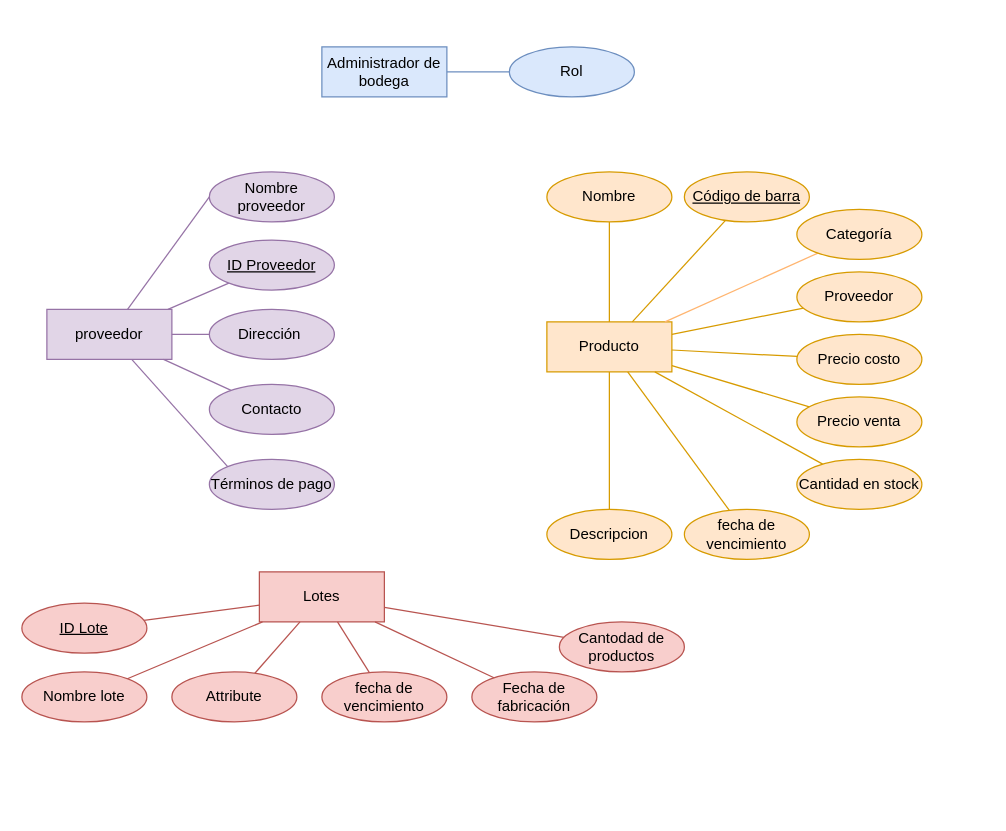
JotaMont/Evaluacion-2-Front-End keeps this draw.io diagram as Diagrama sin título.drawio. Above is the earlier version. Source tidied: cells renumbered, new cells numbered last; positions are measured from the earlier drawing's top-left corner, leaving out a move shared by most shapes. Both pictures are drawn from the tidied source at 125%, with x=0, y=0 at pixel (21, 46).
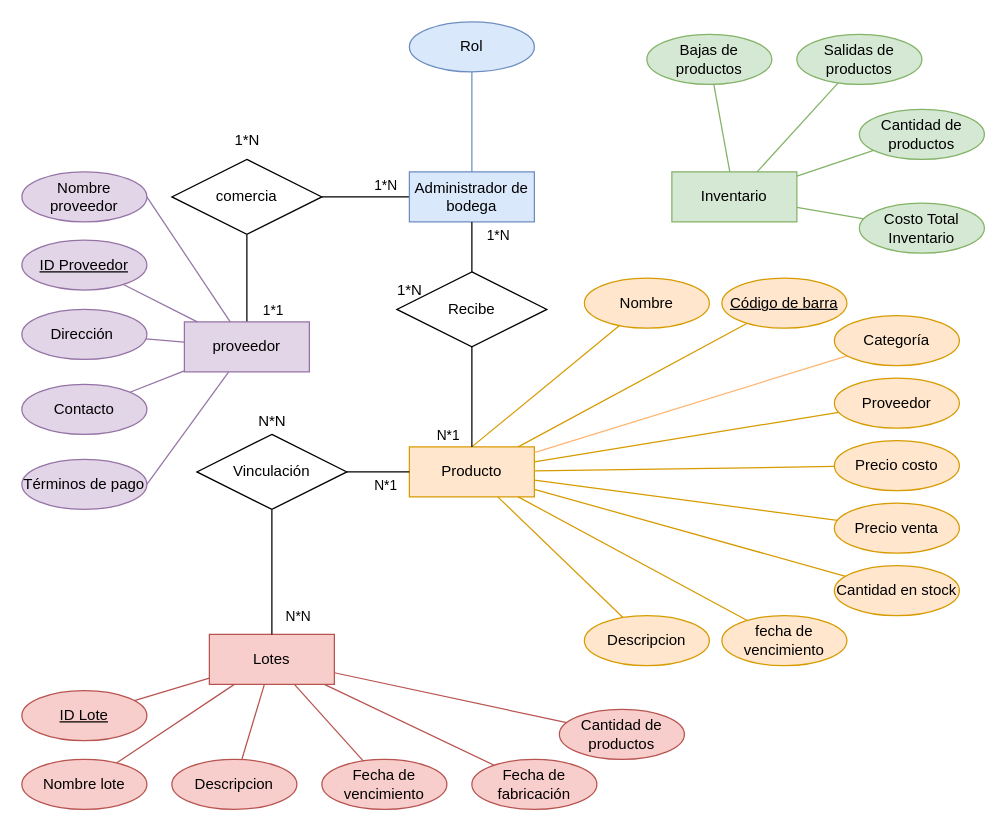
Above is the later version.

Change to the diagram source:
```diff
@@
+    <mxCell id="48" style="edgeStyle=orthogonalEdgeStyle;rounded=0;jettySize=auto;html=1;endArrow=none;endFill=0;labelPosition=right;verticalLabelPosition=top;align=left;verticalAlign=bottom;" parent="1" edge="1" source="2" target="52">
+      <mxGeometry relative="1" as="geometry" />
+    </mxCell>
+    <mxCell id="49" value="1*N" style="edgeLabel;html=1;align=center;verticalAlign=middle;" parent="48" vertex="1">
+      <mxGeometry x="-0.43" y="3" relative="1" as="geometry">
+        <mxPoint y="-13" as="offset" />
+      </mxGeometry>
+    </mxCell>
     <mxCell id="2" value="Administrador de bodega" style="whiteSpace=wrap;html=1;align=center;fillColor=#dae8fc;strokeColor=#6c8ebf;" parent="1" vertex="1">
-      <mxGeometry x="240" width="100" height="40" as="geometry" />
+      <mxGeometry x="310" y="100" width="100" height="40" as="geometry" />
     </mxCell>
+    <mxCell id="50" style="rounded=0;jettySize=auto;html=1;endArrow=none;endFill=0;labelPosition=left;verticalLabelPosition=top;align=right;verticalAlign=bottom;" parent="1" edge="1" source="3" target="52">
+      <mxGeometry relative="1" as="geometry" />
+    </mxCell>
+    <mxCell id="51" value="1*1" style="edgeLabel;html=1;align=center;verticalAlign=middle;" parent="50" vertex="1">
+      <mxGeometry x="-0.49" y="2" relative="1" as="geometry">
+        <mxPoint x="22" y="8" as="offset" />
+      </mxGeometry>
+    </mxCell>
     <mxCell id="3" value="proveedor" style="whiteSpace=wrap;html=1;align=center;fillColor=#e1d5e7;strokeColor=#9673a6;" parent="1" vertex="1">
-      <mxGeometry x="20" y="210" width="100" height="40" as="geometry" />
+      <mxGeometry x="130" y="220" width="100" height="40" as="geometry" />
     </mxCell>
     <mxCell id="4" value="Producto" style="whiteSpace=wrap;html=1;align=center;fillColor=#ffe6cc;strokeColor=#d79b00;" parent="1" vertex="1">
-      <mxGeometry x="420" y="220" width="100" height="40" as="geometry" />
+      <mxGeometry x="310" y="320" width="100" height="40" as="geometry" />
     </mxCell>
     <mxCell id="5" value="Lotes" style="whiteSpace=wrap;html=1;align=center;fillColor=#f8cecc;strokeColor=#b85450;" parent="1" vertex="1">
-      <mxGeometry x="190" y="420" width="100" height="40" as="geometry" />
+      <mxGeometry x="150" y="470" width="100" height="40" as="geometry" />
     </mxCell>
@@
     <mxCell id="7" value="Rol" style="ellipse;whiteSpace=wrap;html=1;align=center;fillColor=#dae8fc;strokeColor=#6c8ebf;" parent="1" vertex="1">
-      <mxGeometry x="390" width="100" height="40" as="geometry" />
+      <mxGeometry x="310" y="-20" width="100" height="40" as="geometry" />
     </mxCell>
@@
     <mxCell id="9" value="&lt;span style=&quot;text-align: left;&quot;&gt;Categoría&lt;/span&gt;" style="ellipse;whiteSpace=wrap;html=1;align=center;fillColor=#ffe6cc;strokeColor=#d79b00;" parent="1" vertex="1">
-      <mxGeometry x="620" y="130" width="100" height="40" as="geometry" />
+      <mxGeometry x="650" y="215" width="100" height="40" as="geometry" />
     </mxCell>
-    <mxCell id="10" style="rounded=0;jettySize=auto;html=1;endArrow=none;endFill=0;fillColor=#ffe6cc;strokeColor=#d79b00;" parent="1" edge="1" source="11" target="4">
+    <mxCell id="10" style="rounded=0;jettySize=auto;html=1;endArrow=none;endFill=0;fillColor=#ffe6cc;strokeColor=#d79b00;entryX=0.5;entryY=0;entryDx=0;entryDy=0;" parent="1" edge="1" source="11" target="4">
       <mxGeometry relative="1" as="geometry" />
     </mxCell>
     <mxCell id="11" value="Nombre" style="ellipse;whiteSpace=wrap;html=1;align=center;fillColor=#ffe6cc;strokeColor=#d79b00;" parent="1" vertex="1">
-      <mxGeometry x="420" y="100" width="100" height="40" as="geometry" />
+      <mxGeometry x="450" y="185" width="100" height="40" as="geometry" />
     </mxCell>
@@
     <mxCell id="13" value="Código de barra" style="ellipse;whiteSpace=wrap;html=1;align=center;fontStyle=4;fillColor=#ffe6cc;strokeColor=#d79b00;" parent="1" vertex="1">
-      <mxGeometry x="530" y="100" width="100" height="40" as="geometry" />
+      <mxGeometry x="560" y="185" width="100" height="40" as="geometry" />
     </mxCell>
@@
     <mxCell id="15" value="Proveedor" style="ellipse;whiteSpace=wrap;html=1;align=center;fillColor=#ffe6cc;strokeColor=#d79b00;" parent="1" vertex="1">
-      <mxGeometry x="620" y="180" width="100" height="40" as="geometry" />
+      <mxGeometry x="650" y="265" width="100" height="40" as="geometry" />
     </mxCell>
@@
     <mxCell id="17" value="Precio costo" style="ellipse;whiteSpace=wrap;html=1;align=center;fillColor=#ffe6cc;strokeColor=#d79b00;" parent="1" vertex="1">
-      <mxGeometry x="620" y="230" width="100" height="40" as="geometry" />
+      <mxGeometry x="650" y="315" width="100" height="40" as="geometry" />
     </mxCell>
@@
     <mxCell id="19" value="Precio venta" style="ellipse;whiteSpace=wrap;html=1;align=center;fillColor=#ffe6cc;strokeColor=#d79b00;" parent="1" vertex="1">
-      <mxGeometry x="620" y="280" width="100" height="40" as="geometry" />
+      <mxGeometry x="650" y="365" width="100" height="40" as="geometry" />
     </mxCell>
@@
     <mxCell id="21" value="Cantidad en stock" style="ellipse;whiteSpace=wrap;html=1;align=center;fillColor=#ffe6cc;strokeColor=#d79b00;" parent="1" vertex="1">
-      <mxGeometry x="620" y="330" width="100" height="40" as="geometry" />
+      <mxGeometry x="650" y="415" width="100" height="40" as="geometry" />
     </mxCell>
@@
     <mxCell id="23" value="fecha de vencimiento" style="ellipse;whiteSpace=wrap;html=1;align=center;fillColor=#ffe6cc;strokeColor=#d79b00;" parent="1" vertex="1">
-      <mxGeometry x="530" y="370" width="100" height="40" as="geometry" />
+      <mxGeometry x="560" y="455" width="100" height="40" as="geometry" />
     </mxCell>
-    <mxCell id="24" style="rounded=0;jettySize=auto;html=1;fillColor=#e1d5e7;strokeColor=#9673a6;endArrow=none;endFill=0;exitX=0;exitY=0.5;exitDx=0;exitDy=0;" parent="1" edge="1" source="25" target="3">
+    <mxCell id="24" style="rounded=0;jettySize=auto;html=1;fillColor=#e1d5e7;strokeColor=#9673a6;endArrow=none;endFill=0;exitX=1;exitY=0.5;exitDx=0;exitDy=0;" parent="1" edge="1" source="25" target="3">
       <mxGeometry relative="1" as="geometry" />
     </mxCell>
     <mxCell id="25" value="Nombre proveedor" style="ellipse;whiteSpace=wrap;html=1;align=center;fillColor=#e1d5e7;strokeColor=#9673a6;" parent="1" vertex="1">
-      <mxGeometry x="150" y="100" width="100" height="40" as="geometry" />
+      <mxGeometry y="100" width="100" height="40" as="geometry" />
     </mxCell>
@@
     <mxCell id="27" value="ID Proveedor" style="ellipse;whiteSpace=wrap;html=1;align=center;fontStyle=4;fillColor=#e1d5e7;strokeColor=#9673a6;" parent="1" vertex="1">
-      <mxGeometry x="150" y="154.5" width="100" height="40" as="geometry" />
+      <mxGeometry y="154.5" width="100" height="40" as="geometry" />
     </mxCell>
@@
     <mxCell id="29" value="Dirección&amp;nbsp;" style="ellipse;whiteSpace=wrap;html=1;align=center;fillColor=#e1d5e7;strokeColor=#9673a6;" parent="1" vertex="1">
-      <mxGeometry x="150" y="210" width="100" height="40" as="geometry" />
+      <mxGeometry y="210" width="100" height="40" as="geometry" />
     </mxCell>
@@
     <mxCell id="31" value="Contacto" style="ellipse;whiteSpace=wrap;html=1;align=center;fillColor=#e1d5e7;strokeColor=#9673a6;" parent="1" vertex="1">
-      <mxGeometry x="150" y="270" width="100" height="40" as="geometry" />
+      <mxGeometry y="270" width="100" height="40" as="geometry" />
     </mxCell>
-    <mxCell id="32" style="rounded=0;jettySize=auto;html=1;fillColor=#e1d5e7;strokeColor=#9673a6;endArrow=none;endFill=0;exitX=0;exitY=0;exitDx=0;exitDy=0;" parent="1" edge="1" source="33" target="3">
+    <mxCell id="32" style="rounded=0;jettySize=auto;html=1;fillColor=#e1d5e7;strokeColor=#9673a6;endArrow=none;endFill=0;exitX=1;exitY=0.5;exitDx=0;exitDy=0;" parent="1" edge="1" source="33" target="3">
       <mxGeometry relative="1" as="geometry" />
     </mxCell>
     <mxCell id="33" value="Términos de pago" style="ellipse;whiteSpace=wrap;html=1;align=center;fillColor=#e1d5e7;strokeColor=#9673a6;" parent="1" vertex="1">
-      <mxGeometry x="150" y="330" width="100" height="40" as="geometry" />
+      <mxGeometry y="330" width="100" height="40" as="geometry" />
     </mxCell>
@@
     <mxCell id="35" value="ID Lote" style="ellipse;whiteSpace=wrap;html=1;align=center;fontStyle=4;fillColor=#f8cecc;strokeColor=#b85450;" parent="1" vertex="1">
-      <mxGeometry y="445" width="100" height="40" as="geometry" />
+      <mxGeometry y="515" width="100" height="40" as="geometry" />
     </mxCell>
@@
     <mxCell id="37" value="Nombre lote" style="ellipse;whiteSpace=wrap;html=1;align=center;fillColor=#f8cecc;strokeColor=#b85450;" parent="1" vertex="1">
-      <mxGeometry y="500" width="100" height="40" as="geometry" />
+      <mxGeometry y="570" width="100" height="40" as="geometry" />
     </mxCell>
@@
-    <mxCell id="39" value="Cantodad de productos" style="ellipse;whiteSpace=wrap;html=1;align=center;fillColor=#f8cecc;strokeColor=#b85450;" parent="1" vertex="1">
-      <mxGeometry x="430" y="460" width="100" height="40" as="geometry" />
+    <mxCell id="39" value="Cantidad de productos" style="ellipse;whiteSpace=wrap;html=1;align=center;fillColor=#f8cecc;strokeColor=#b85450;" parent="1" vertex="1">
+      <mxGeometry x="430" y="530" width="100" height="40" as="geometry" />
     </mxCell>
@@
     <mxCell id="41" value="Fecha de fabricación" style="ellipse;whiteSpace=wrap;html=1;align=center;fillColor=#f8cecc;strokeColor=#b85450;" parent="1" vertex="1">
-      <mxGeometry x="360" y="500" width="100" height="40" as="geometry" />
+      <mxGeometry x="360" y="570" width="100" height="40" as="geometry" />
     </mxCell>
@@
-    <mxCell id="43" value="fecha de vencimiento" style="ellipse;whiteSpace=wrap;html=1;align=center;fillColor=#f8cecc;strokeColor=#b85450;" parent="1" vertex="1">
-      <mxGeometry x="240" y="500" width="100" height="40" as="geometry" />
+    <mxCell id="43" value="Fecha de vencimiento" style="ellipse;whiteSpace=wrap;html=1;align=center;fillColor=#f8cecc;strokeColor=#b85450;" parent="1" vertex="1">
+      <mxGeometry x="240" y="570" width="100" height="40" as="geometry" />
     </mxCell>
@@
-    <mxCell id="45" value="Attribute" style="ellipse;whiteSpace=wrap;html=1;align=center;fillColor=#f8cecc;strokeColor=#b85450;" parent="1" vertex="1">
-      <mxGeometry x="120" y="500" width="100" height="40" as="geometry" />
+    <mxCell id="45" value="Descripcion" style="ellipse;whiteSpace=wrap;html=1;align=center;fillColor=#f8cecc;strokeColor=#b85450;" parent="1" vertex="1">
+      <mxGeometry x="120" y="570" width="100" height="40" as="geometry" />
     </mxCell>
@@
     <mxCell id="47" value="Descripcion" style="ellipse;whiteSpace=wrap;html=1;align=center;fillColor=#ffe6cc;strokeColor=#d79b00;" parent="1" vertex="1">
-      <mxGeometry x="420" y="370" width="100" height="40" as="geometry" />
+      <mxGeometry x="450" y="455" width="100" height="40" as="geometry" />
     </mxCell>
+    <mxCell id="52" value="&lt;div&gt;comercia&lt;/div&gt;" style="shape=rhombus;perimeter=rhombusPerimeter;whiteSpace=wrap;html=1;align=center;" parent="1" vertex="1">
+      <mxGeometry x="120" y="90" width="120" height="60" as="geometry" />
+    </mxCell>
+    <mxCell id="53" value="1*N" style="text;html=1;align=center;verticalAlign=middle;strokeColor=none;fillColor=none;" parent="1" vertex="1">
+      <mxGeometry x="160" y="60" width="40" height="30" as="geometry" />
+    </mxCell>
+    <mxCell id="54" style="rounded=0;jettySize=auto;html=1;endArrow=none;endFill=0;" parent="1" edge="1" source="58" target="4">
+      <mxGeometry relative="1" as="geometry" />
+    </mxCell>
+    <mxCell id="55" value="N*1" style="edgeLabel;html=1;align=center;verticalAlign=middle;" parent="54" vertex="1">
+      <mxGeometry x="0.68" y="-2" relative="1" as="geometry">
+        <mxPoint x="-18" y="3" as="offset" />
+      </mxGeometry>
+    </mxCell>
+    <mxCell id="56" style="edgeStyle=orthogonalEdgeStyle;rounded=0;jettySize=auto;html=1;endArrow=none;endFill=0;" parent="1" edge="1" source="58" target="2">
+      <mxGeometry relative="1" as="geometry" />
+    </mxCell>
+    <mxCell id="57" value="1*N" style="edgeLabel;html=1;align=center;verticalAlign=middle;" parent="56" vertex="1">
+      <mxGeometry x="0.65" y="-2" relative="1" as="geometry">
+        <mxPoint x="18" y="3" as="offset" />
+      </mxGeometry>
+    </mxCell>
+    <mxCell id="58" value="Recibe" style="shape=rhombus;perimeter=rhombusPerimeter;whiteSpace=wrap;html=1;align=center;" parent="1" vertex="1">
+      <mxGeometry x="300" y="180" width="120" height="60" as="geometry" />
+    </mxCell>
+    <mxCell id="59" style="rounded=0;jettySize=auto;html=1;endArrow=none;endFill=0;" parent="1" edge="1" source="63" target="4">
+      <mxGeometry relative="1" as="geometry" />
+    </mxCell>
+    <mxCell id="60" value="N*1" style="edgeLabel;html=1;align=center;verticalAlign=middle;" parent="59" vertex="1">
+      <mxGeometry x="0.44" y="1" relative="1" as="geometry">
+        <mxPoint x="-6" y="11" as="offset" />
+      </mxGeometry>
+    </mxCell>
+    <mxCell id="61" style="rounded=0;jettySize=auto;html=1;endArrow=none;endFill=0;" parent="1" edge="1" source="63" target="5">
+      <mxGeometry relative="1" as="geometry" />
+    </mxCell>
+    <mxCell id="62" value="N*N" style="edgeLabel;html=1;align=center;verticalAlign=middle;" parent="61" vertex="1">
+      <mxGeometry x="0.7" relative="1" as="geometry">
+        <mxPoint x="20" as="offset" />
+      </mxGeometry>
+    </mxCell>
+    <mxCell id="63" value="Vinculación" style="shape=rhombus;perimeter=rhombusPerimeter;whiteSpace=wrap;html=1;align=center;" parent="1" vertex="1">
+      <mxGeometry x="140" y="310" width="120" height="60" as="geometry" />
+    </mxCell>
+    <mxCell id="64" value="1*N" style="text;html=1;align=center;verticalAlign=middle;strokeColor=none;fillColor=none;" parent="1" vertex="1">
+      <mxGeometry x="290" y="180" width="40" height="30" as="geometry" />
+    </mxCell>
+    <mxCell id="65" value="N*N" style="text;html=1;align=center;verticalAlign=middle;strokeColor=none;fillColor=none;" parent="1" vertex="1">
+      <mxGeometry x="175" y="285" width="50" height="30" as="geometry" />
+    </mxCell>
+    <mxCell id="66" value="Inventario" style="whiteSpace=wrap;html=1;align=center;fillColor=#d5e8d4;strokeColor=#82b366;" parent="1" vertex="1">
+      <mxGeometry x="520" y="100" width="100" height="40" as="geometry" />
+    </mxCell>
+    <mxCell id="67" style="rounded=0;jettySize=auto;html=1;fillColor=#d5e8d4;strokeColor=#82b366;endArrow=none;endFill=0;" parent="1" edge="1" source="68" target="66">
+      <mxGeometry relative="1" as="geometry" />
+    </mxCell>
+    <mxCell id="68" value="Costo Total Inventario" style="ellipse;whiteSpace=wrap;html=1;align=center;fillColor=#d5e8d4;strokeColor=#82b366;" parent="1" vertex="1">
+      <mxGeometry x="670" y="125" width="100" height="40" as="geometry" />
+    </mxCell>
+    <mxCell id="69" style="rounded=0;jettySize=auto;html=1;fillColor=#d5e8d4;strokeColor=#82b366;endArrow=none;endFill=0;" parent="1" edge="1" source="70" target="66">
+      <mxGeometry relative="1" as="geometry" />
+    </mxCell>
+    <mxCell id="70" value="Cantidad de productos" style="ellipse;whiteSpace=wrap;html=1;align=center;fillColor=#d5e8d4;strokeColor=#82b366;" parent="1" vertex="1">
+      <mxGeometry x="670" y="50" width="100" height="40" as="geometry" />
+    </mxCell>
+    <mxCell id="71" style="rounded=0;jettySize=auto;html=1;fillColor=#d5e8d4;strokeColor=#82b366;endArrow=none;endFill=0;" parent="1" edge="1" source="72" target="66">
+      <mxGeometry relative="1" as="geometry" />
+    </mxCell>
+    <mxCell id="72" value="Salidas de productos" style="ellipse;whiteSpace=wrap;html=1;align=center;fillColor=#d5e8d4;strokeColor=#82b366;" parent="1" vertex="1">
+      <mxGeometry x="620" y="-10" width="100" height="40" as="geometry" />
+    </mxCell>
+    <mxCell id="73" style="rounded=0;jettySize=auto;html=1;strokeColor=#82b366;endArrow=none;endFill=0;fillColor=#d5e8d4;" parent="1" edge="1" source="74" target="66">
+      <mxGeometry relative="1" as="geometry" />
+    </mxCell>
+    <mxCell id="74" value="Bajas de productos" style="ellipse;whiteSpace=wrap;html=1;align=center;fillColor=#d5e8d4;strokeColor=#82b366;" parent="1" vertex="1">
+      <mxGeometry x="500" y="-10" width="100" height="40" as="geometry" />
+    </mxCell>
```
